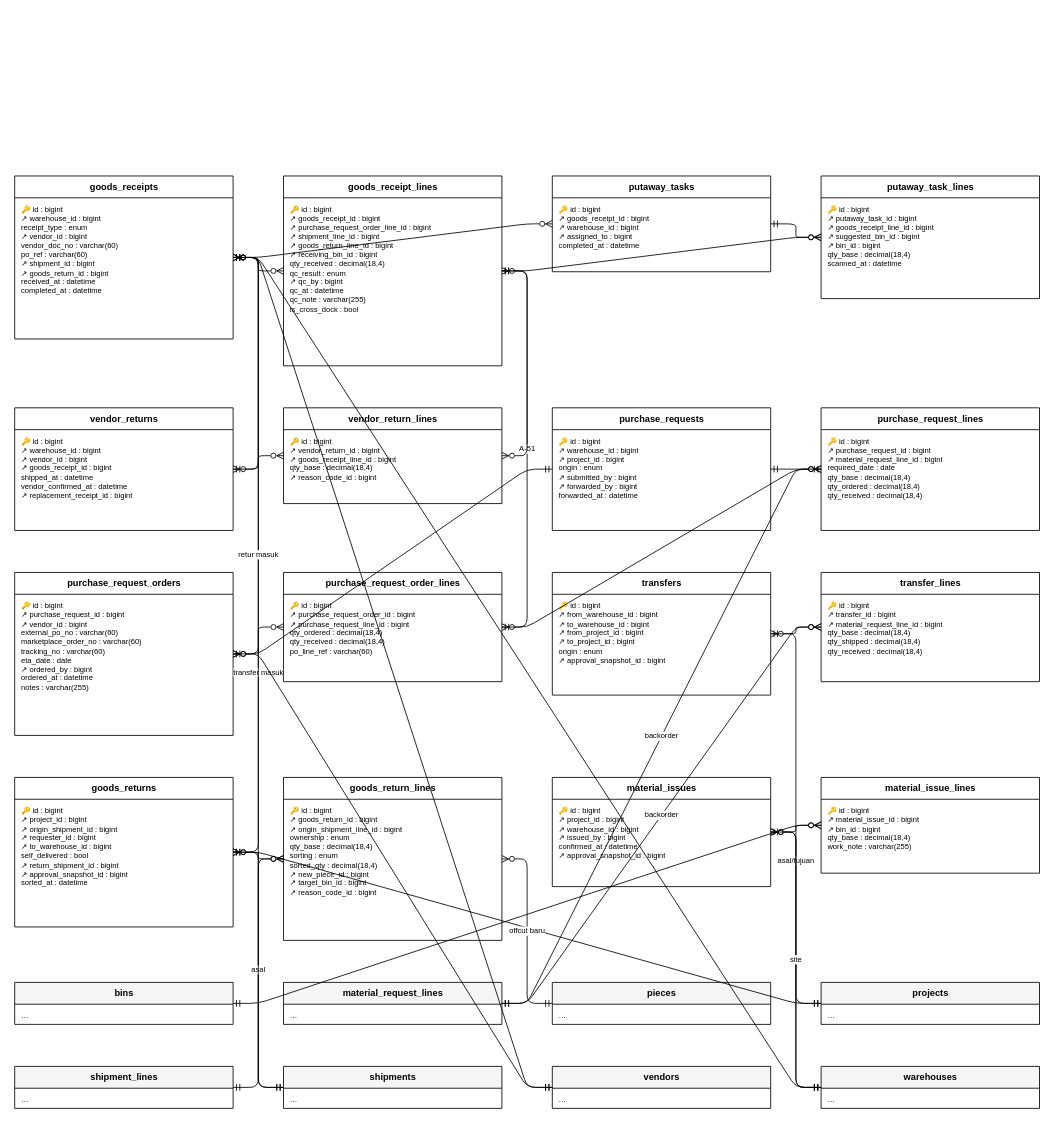
The draw.io diagram docs/diagram/erd-inbound.drawio in HengkyDarmawan/wms, before the edit. Source tidied: cells renumbered, new cells numbered last; positions are measured from the earlier drawing's top-left corner, leaving out a move shared by most shapes. Both pictures are drawn from the tidied source at 84%, with x=0, y=0 at pixel (14, 176).
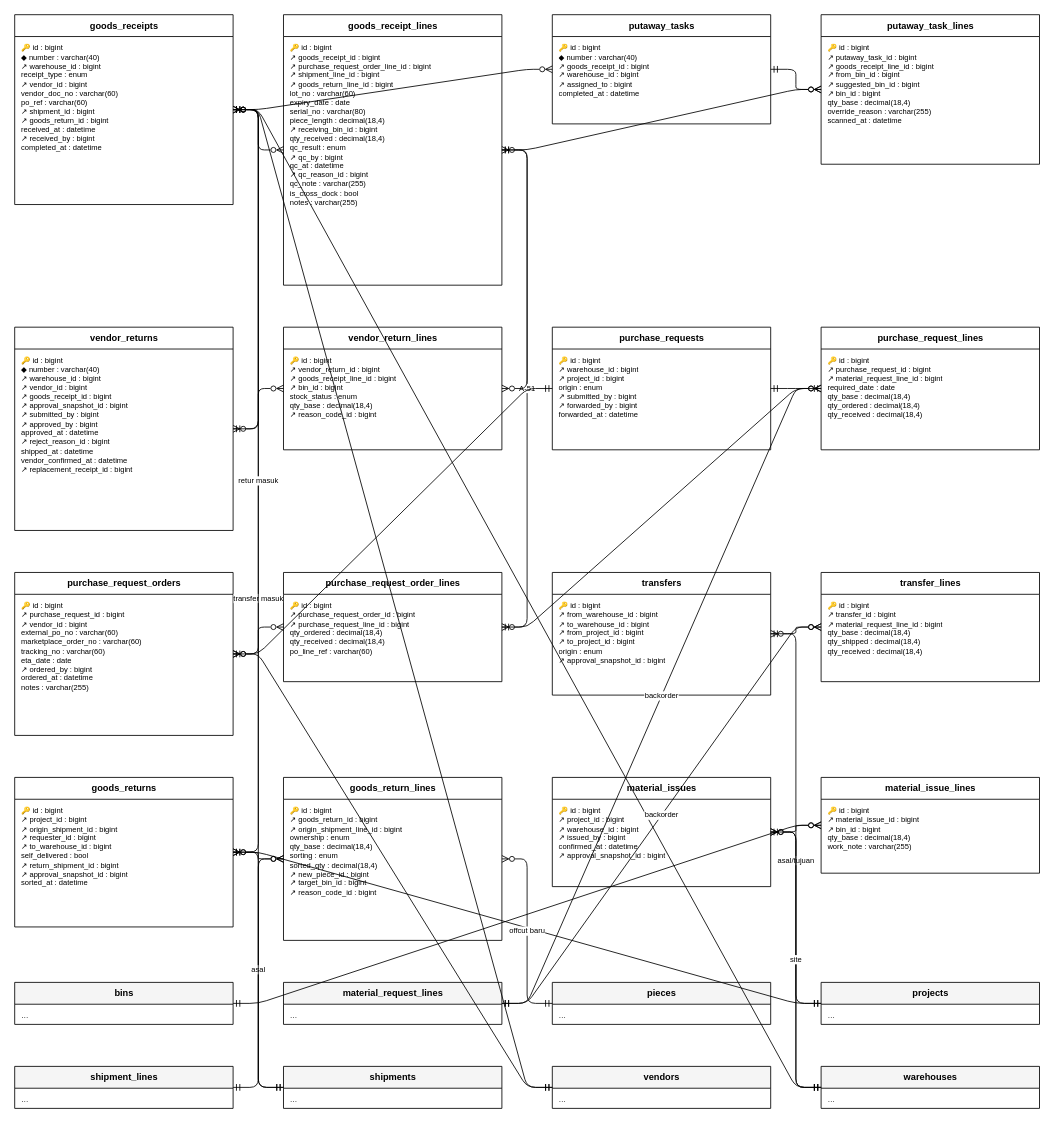
After the change.

The edit, as a diff of the source:
```diff
@@
     <mxCell id="2" value="goods_receipts" style="swimlane;fontStyle=1;horizontal=1;startSize=26;html=1;fontSize=11;fillColor=#FFFFFF;" parent="1" vertex="1">
-      <mxGeometry width="260" height="194" as="geometry" />
+      <mxGeometry y="-192" width="260" height="226" as="geometry" />
     </mxCell>
-    <mxCell id="3" value="🔑 id : bigint&lt;br&gt;↗ warehouse_id : bigint&lt;br&gt;receipt_type : enum&lt;br&gt;↗ vendor_id : bigint&lt;br&gt;vendor_doc_no : varchar(60)&lt;br&gt;po_ref : varchar(60)&lt;br&gt;↗ shipment_id : bigint&lt;br&gt;↗ goods_return_id : bigint&lt;br&gt;received_at : datetime&lt;br&gt;completed_at : datetime" style="text;html=1;strokeColor=none;fillColor=none;align=left;verticalAlign=top;spacingLeft=6;spacingTop=2;fontSize=9;whiteSpace=wrap;overflow=hidden;" parent="2" vertex="1">
-      <mxGeometry y="26" width="260" height="168" as="geometry" />
+    <mxCell id="3" value="🔑 id : bigint&lt;br&gt;◆ number : varchar(40)&lt;br&gt;↗ warehouse_id : bigint&lt;br&gt;receipt_type : enum&lt;br&gt;↗ vendor_id : bigint&lt;br&gt;vendor_doc_no : varchar(60)&lt;br&gt;po_ref : varchar(60)&lt;br&gt;↗ shipment_id : bigint&lt;br&gt;↗ goods_return_id : bigint&lt;br&gt;received_at : datetime&lt;br&gt;↗ received_by : bigint&lt;br&gt;completed_at : datetime" style="text;html=1;strokeColor=none;fillColor=none;align=left;verticalAlign=top;spacingLeft=6;spacingTop=2;fontSize=9;whiteSpace=wrap;overflow=hidden;" parent="2" vertex="1">
+      <mxGeometry y="26" width="260" height="200" as="geometry" />
     </mxCell>
     <mxCell id="4" value="goods_receipt_lines" style="swimlane;fontStyle=1;horizontal=1;startSize=26;html=1;fontSize=11;fillColor=#FFFFFF;" parent="1" vertex="1">
-      <mxGeometry x="320" width="260" height="226" as="geometry" />
+      <mxGeometry x="320" y="-192" width="260" height="322" as="geometry" />
     </mxCell>
-    <mxCell id="5" value="🔑 id : bigint&lt;br&gt;↗ goods_receipt_id : bigint&lt;br&gt;↗ purchase_request_order_line_id : bigint&lt;br&gt;↗ shipment_line_id : bigint&lt;br&gt;↗ goods_return_line_id : bigint&lt;br&gt;↗ receiving_bin_id : bigint&lt;br&gt;qty_received : decimal(18,4)&lt;br&gt;qc_result : enum&lt;br&gt;↗ qc_by : bigint&lt;br&gt;qc_at : datetime&lt;br&gt;qc_note : varchar(255)&lt;br&gt;is_cross_dock : bool" style="text;html=1;strokeColor=none;fillColor=none;align=left;verticalAlign=top;spacingLeft=6;spacingTop=2;fontSize=9;whiteSpace=wrap;overflow=hidden;" parent="4" vertex="1">
-      <mxGeometry y="26" width="260" height="200" as="geometry" />
+    <mxCell id="5" value="🔑 id : bigint&lt;br&gt;↗ goods_receipt_id : bigint&lt;br&gt;↗ purchase_request_order_line_id : bigint&lt;br&gt;↗ shipment_line_id : bigint&lt;br&gt;↗ goods_return_line_id : bigint&lt;br&gt;lot_no : varchar(60)&lt;br&gt;expiry_date : date&lt;br&gt;serial_no : varchar(80)&lt;br&gt;piece_length : decimal(18,4)&lt;br&gt;↗ receiving_bin_id : bigint&lt;br&gt;qty_received : decimal(18,4)&lt;br&gt;qc_result : enum&lt;br&gt;↗ qc_by : bigint&lt;br&gt;qc_at : datetime&lt;br&gt;↗ qc_reason_id : bigint&lt;br&gt;qc_note : varchar(255)&lt;br&gt;is_cross_dock : bool&lt;br&gt;notes : varchar(255)" style="text;html=1;strokeColor=none;fillColor=none;align=left;verticalAlign=top;spacingLeft=6;spacingTop=2;fontSize=9;whiteSpace=wrap;overflow=hidden;" parent="4" vertex="1">
+      <mxGeometry y="26" width="260" height="296" as="geometry" />
     </mxCell>
     <mxCell id="6" value="putaway_tasks" style="swimlane;fontStyle=1;horizontal=1;startSize=26;html=1;fontSize=11;fillColor=#FFFFFF;" parent="1" vertex="1">
-      <mxGeometry x="640" width="260" height="114" as="geometry" />
+      <mxGeometry x="640" y="-192" width="260" height="130" as="geometry" />
     </mxCell>
-    <mxCell id="7" value="🔑 id : bigint&lt;br&gt;↗ goods_receipt_id : bigint&lt;br&gt;↗ warehouse_id : bigint&lt;br&gt;↗ assigned_to : bigint&lt;br&gt;completed_at : datetime" style="text;html=1;strokeColor=none;fillColor=none;align=left;verticalAlign=top;spacingLeft=6;spacingTop=2;fontSize=9;whiteSpace=wrap;overflow=hidden;" parent="6" vertex="1">
-      <mxGeometry y="26" width="260" height="88" as="geometry" />
+    <mxCell id="7" value="🔑 id : bigint&lt;br&gt;◆ number : varchar(40)&lt;br&gt;↗ goods_receipt_id : bigint&lt;br&gt;↗ warehouse_id : bigint&lt;br&gt;↗ assigned_to : bigint&lt;br&gt;completed_at : datetime" style="text;html=1;strokeColor=none;fillColor=none;align=left;verticalAlign=top;spacingLeft=6;spacingTop=2;fontSize=9;whiteSpace=wrap;overflow=hidden;" parent="6" vertex="1">
+      <mxGeometry y="26" width="260" height="104" as="geometry" />
     </mxCell>
     <mxCell id="8" value="putaway_task_lines" style="swimlane;fontStyle=1;horizontal=1;startSize=26;html=1;fontSize=11;fillColor=#FFFFFF;" parent="1" vertex="1">
-      <mxGeometry x="960" width="260" height="146" as="geometry" />
+      <mxGeometry x="960" y="-192" width="260" height="178" as="geometry" />
     </mxCell>
-    <mxCell id="9" value="🔑 id : bigint&lt;br&gt;↗ putaway_task_id : bigint&lt;br&gt;↗ goods_receipt_line_id : bigint&lt;br&gt;↗ suggested_bin_id : bigint&lt;br&gt;↗ bin_id : bigint&lt;br&gt;qty_base : decimal(18,4)&lt;br&gt;scanned_at : datetime" style="text;html=1;strokeColor=none;fillColor=none;align=left;verticalAlign=top;spacingLeft=6;spacingTop=2;fontSize=9;whiteSpace=wrap;overflow=hidden;" parent="8" vertex="1">
-      <mxGeometry y="26" width="260" height="120" as="geometry" />
+    <mxCell id="9" value="🔑 id : bigint&lt;br&gt;↗ putaway_task_id : bigint&lt;br&gt;↗ goods_receipt_line_id : bigint&lt;br&gt;↗ from_bin_id : bigint&lt;br&gt;↗ suggested_bin_id : bigint&lt;br&gt;↗ bin_id : bigint&lt;br&gt;qty_base : decimal(18,4)&lt;br&gt;override_reason : varchar(255)&lt;br&gt;scanned_at : datetime" style="text;html=1;strokeColor=none;fillColor=none;align=left;verticalAlign=top;spacingLeft=6;spacingTop=2;fontSize=9;whiteSpace=wrap;overflow=hidden;" parent="8" vertex="1">
+      <mxGeometry y="26" width="260" height="152" as="geometry" />
     </mxCell>
     <mxCell id="10" value="vendor_returns" style="swimlane;fontStyle=1;horizontal=1;startSize=26;html=1;fontSize=11;fillColor=#FFFFFF;" parent="1" vertex="1">
-      <mxGeometry y="276" width="260" height="146" as="geometry" />
+      <mxGeometry y="180" width="260" height="242" as="geometry" />
     </mxCell>
-    <mxCell id="11" value="🔑 id : bigint&lt;br&gt;↗ warehouse_id : bigint&lt;br&gt;↗ vendor_id : bigint&lt;br&gt;↗ goods_receipt_id : bigint&lt;br&gt;shipped_at : datetime&lt;br&gt;vendor_confirmed_at : datetime&lt;br&gt;↗ replacement_receipt_id : bigint" style="text;html=1;strokeColor=none;fillColor=none;align=left;verticalAlign=top;spacingLeft=6;spacingTop=2;fontSize=9;whiteSpace=wrap;overflow=hidden;" parent="10" vertex="1">
-      <mxGeometry y="26" width="260" height="120" as="geometry" />
+    <mxCell id="11" value="🔑 id : bigint&lt;br&gt;◆ number : varchar(40)&lt;br&gt;↗ warehouse_id : bigint&lt;br&gt;↗ vendor_id : bigint&lt;br&gt;↗ goods_receipt_id : bigint&lt;br&gt;↗ approval_snapshot_id : bigint&lt;br&gt;↗ submitted_by : bigint&lt;br&gt;↗ approved_by : bigint&lt;br&gt;approved_at : datetime&lt;br&gt;↗ reject_reason_id : bigint&lt;br&gt;shipped_at : datetime&lt;br&gt;vendor_confirmed_at : datetime&lt;br&gt;↗ replacement_receipt_id : bigint" style="text;html=1;strokeColor=none;fillColor=none;align=left;verticalAlign=top;spacingLeft=6;spacingTop=2;fontSize=9;whiteSpace=wrap;overflow=hidden;" parent="10" vertex="1">
+      <mxGeometry y="26" width="260" height="216" as="geometry" />
     </mxCell>
     <mxCell id="12" value="vendor_return_lines" style="swimlane;fontStyle=1;horizontal=1;startSize=26;html=1;fontSize=11;fillColor=#FFFFFF;" parent="1" vertex="1">
-      <mxGeometry x="320" y="276" width="260" height="114" as="geometry" />
+      <mxGeometry x="320" y="180" width="260" height="146" as="geometry" />
     </mxCell>
-    <mxCell id="13" value="🔑 id : bigint&lt;br&gt;↗ vendor_return_id : bigint&lt;br&gt;↗ goods_receipt_line_id : bigint&lt;br&gt;qty_base : decimal(18,4)&lt;br&gt;↗ reason_code_id : bigint" style="text;html=1;strokeColor=none;fillColor=none;align=left;verticalAlign=top;spacingLeft=6;spacingTop=2;fontSize=9;whiteSpace=wrap;overflow=hidden;" parent="12" vertex="1">
-      <mxGeometry y="26" width="260" height="88" as="geometry" />
+    <mxCell id="13" value="🔑 id : bigint&lt;br&gt;↗ vendor_return_id : bigint&lt;br&gt;↗ goods_receipt_line_id : bigint&lt;br&gt;↗ bin_id : bigint&lt;br&gt;stock_status : enum&lt;br&gt;qty_base : decimal(18,4)&lt;br&gt;↗ reason_code_id : bigint" style="text;html=1;strokeColor=none;fillColor=none;align=left;verticalAlign=top;spacingLeft=6;spacingTop=2;fontSize=9;whiteSpace=wrap;overflow=hidden;" parent="12" vertex="1">
+      <mxGeometry y="26" width="260" height="120" as="geometry" />
     </mxCell>
     <mxCell id="14" value="purchase_requests" style="swimlane;fontStyle=1;horizontal=1;startSize=26;html=1;fontSize=11;fillColor=#FFFFFF;" parent="1" vertex="1">
-      <mxGeometry x="640" y="276" width="260" height="146" as="geometry" />
+      <mxGeometry x="640" y="180" width="260" height="146" as="geometry" />
     </mxCell>
@@
     <mxCell id="16" value="purchase_request_lines" style="swimlane;fontStyle=1;horizontal=1;startSize=26;html=1;fontSize=11;fillColor=#FFFFFF;" parent="1" vertex="1">
-      <mxGeometry x="960" y="276" width="260" height="146" as="geometry" />
+      <mxGeometry x="960" y="180" width="260" height="146" as="geometry" />
     </mxCell>
```
